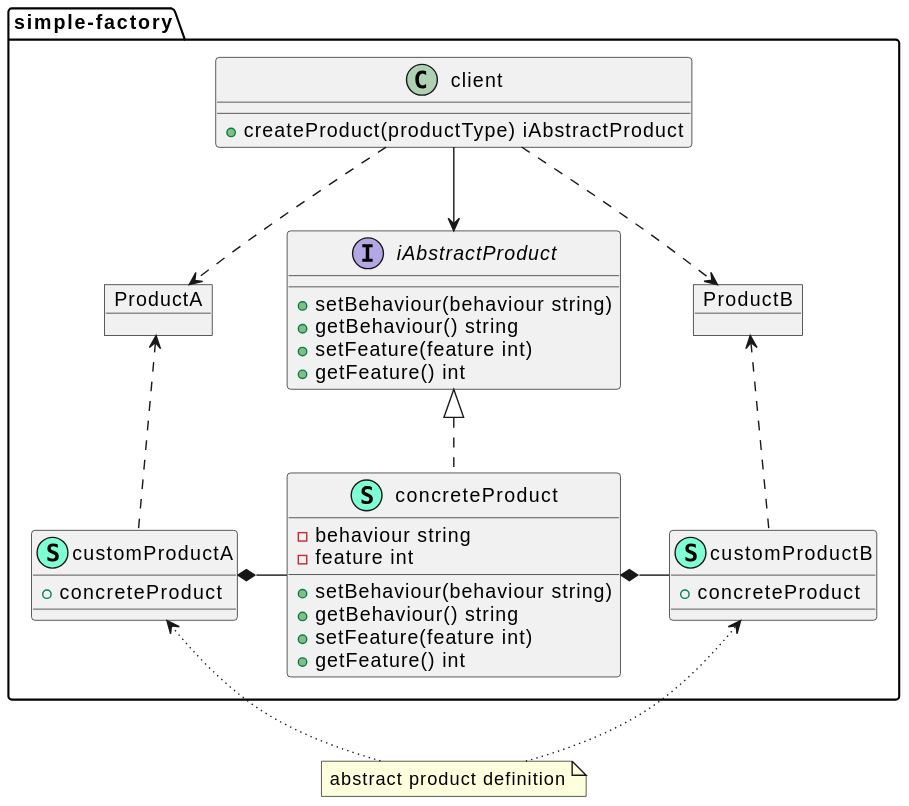
Above: go-dsgn-pttrn-simple-factory.svg in cloudemprise/go-dsgn-pttrn-simple-factory (PlantUML), before the change.
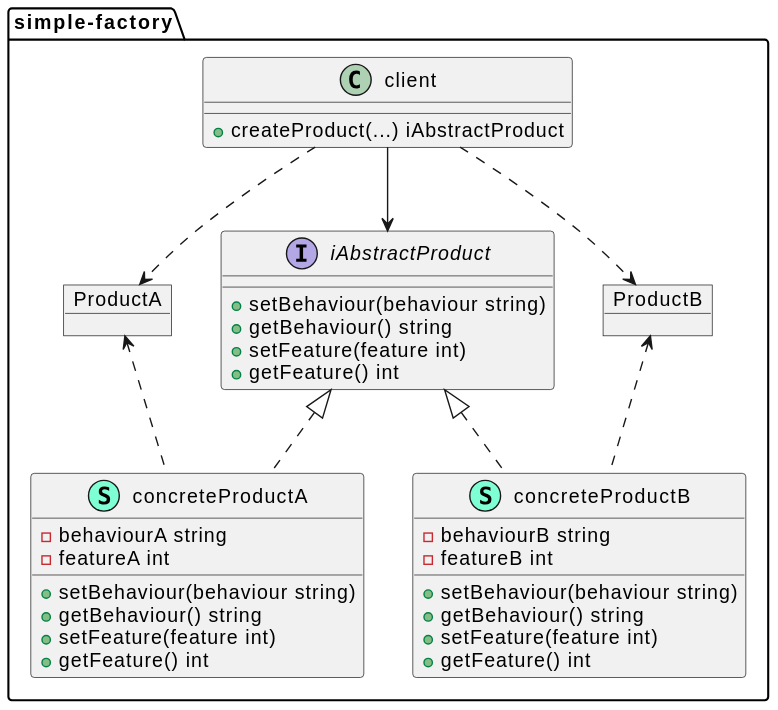
The same diagram one commit later.

Change to the diagram source:
```diff
@@ -2,16 +2,27 @@
 
 namespace simple-factory {
 
-    object ProductA {
+    class client {
+        + createProduct(...) iAbstractProduct
     }
 
-   class customProductA << (S,Aquamarine) >> {
-        + concreteProduct
+    object ProductA {
+
     }
 
-    class concreteProduct << (S,Aquamarine) >> {
-        - behaviour string
-        - feature int
+    class concreteProductA << (S,Aquamarine) >> {
+        - behaviourA string
+        - featureA int
+
+        + setBehaviour(behaviour string)
+        + getBehaviour() string
+        + setFeature(feature int)
+        + getFeature() int
+
+    }
+    class concreteProductB << (S,Aquamarine) >> {
+        - behaviourB string
+        - featureB int
 
         + setBehaviour(behaviour string)
         + getBehaviour() string
@@ -20,42 +31,30 @@
 
     }
 
-    class customProductB << (S,Aquamarine) >> {
-        + concreteProduct
-    }
+    object ProductB {
 
-    object ProductB {
-    }
-
-    class client {
-        + createProduct(productType) iAbstractProduct
     }
 
     interface iAbstractProduct  {
-
         + setBehaviour(behaviour string)
         + getBehaviour() string
         + setFeature(feature int)
         + getFeature() int
 
     }
+
+
+
 }
 
 "simple-factory.client" --> "simple-factory.iAbstractProduct"
 
-"simple-factory.iAbstractProduct" <|.. "simple-factory.concreteProduct"
+"simple-factory.client" ..> "ProductA"
+ProductA <.. "simple-factory.concreteProductA"
+"simple-factory.client" ..> "ProductB"
+ProductB <.. "simple-factory.concreteProductB"
 
-"simple-factory.concreteProduct" *- "simple-factory.customProductB"
-"simple-factory.customProductA" *- "simple-factory.concreteProduct"
-
-
-"simple-factory.client" ..> "ProductA"
-ProductA <.. "simple-factory.customProductA"
-"simple-factory.client" ..> "ProductB"
-ProductB <.. "simple-factory.customProductB"
-
-note "abstract product definition" as N2
-"simple-factory.customProductA" <.[dotted]. N2
-N2 .[dotted].> "simple-factory.customProductB"
+"simple-factory.iAbstractProduct" <|.. "simple-factory.concreteProductA"
+"simple-factory.iAbstractProduct" <|.. "simple-factory.concreteProductB"
 
 @enduml
```
